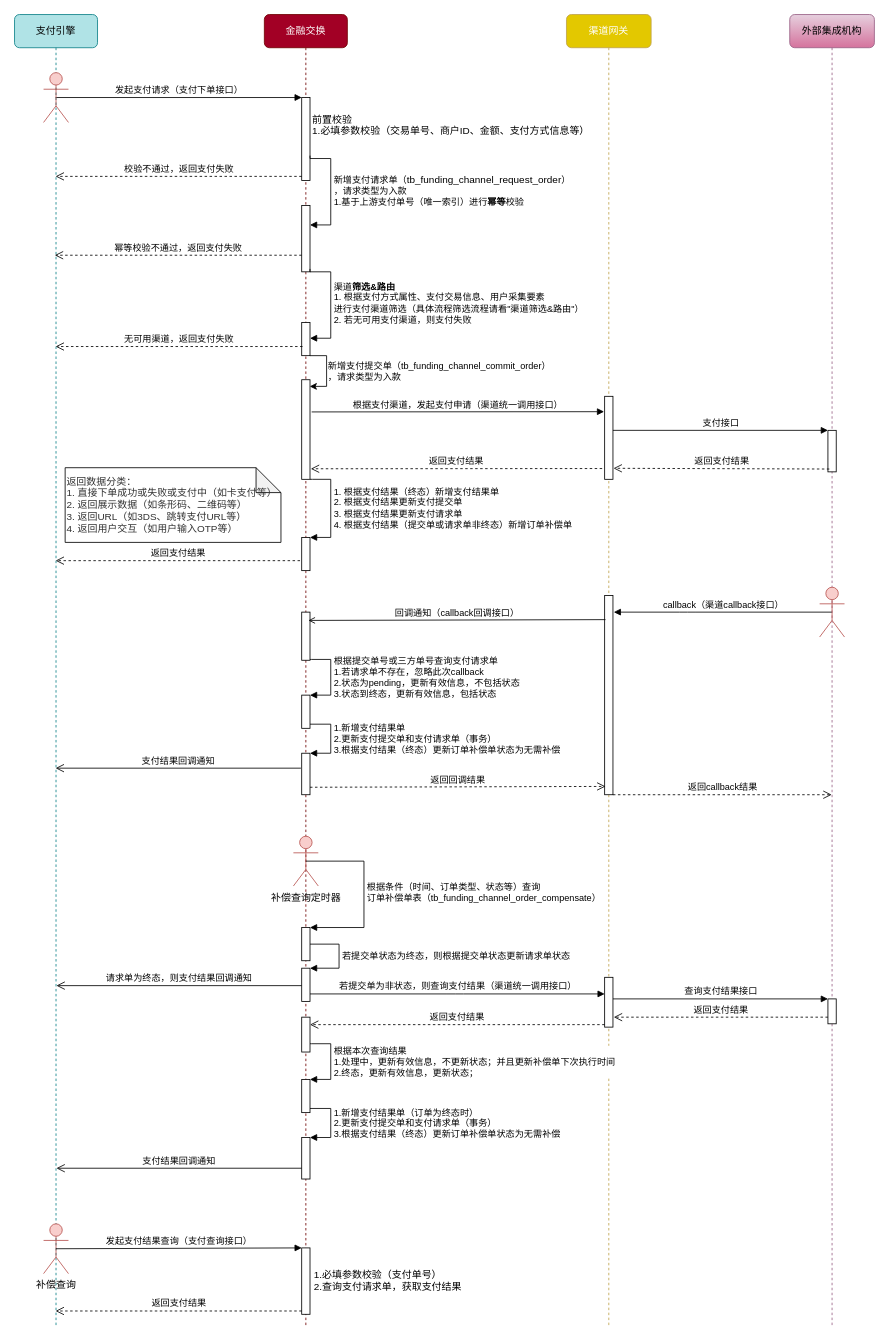
This is page "普通支付流程" (1 of 3) of 渠道时序图v2.drawio from CatFei666/drawio_gallery, a draw.io file, before an edit. Source tidied: cells renumbered, new cells numbered last; positions are measured from the earlier drawing's top-left corner, leaving out a move shared by most shapes. Both pictures are drawn from the tidied source at 83%, with x=0, y=0 at pixel (14, 14).
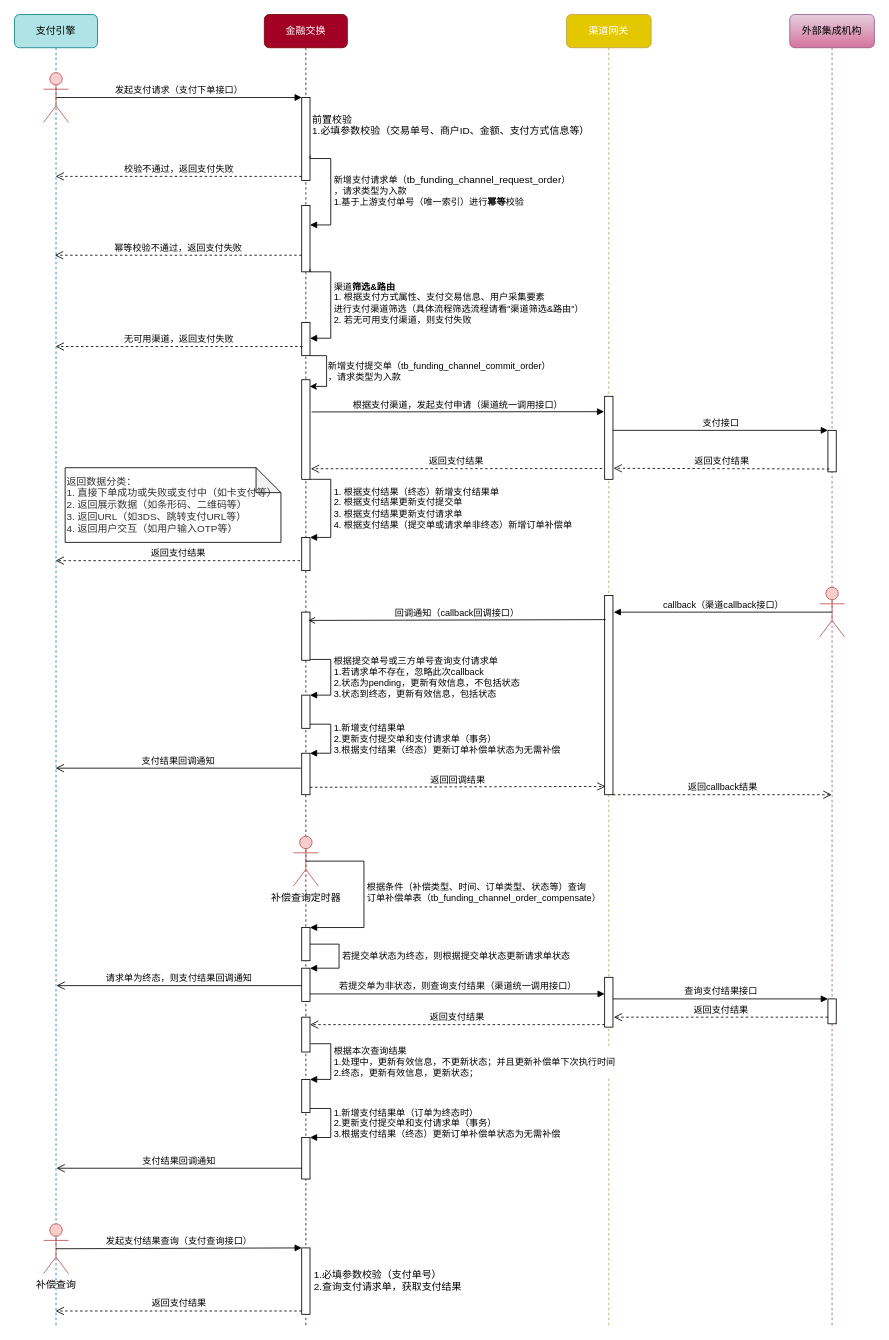
Above is the later version.

The change refers to these unchanged cells:
```xml
<mxCell id="2" value="金融交换" style="shape=umlLifeline;perimeter=lifelinePerimeter;whiteSpace=wrap;html=1;rounded=1;shadow=0;glass=0;comic=0;sketch=0;strokeWidth=1;fontFamily=Verdana;fillColor=#a20025;strokeColor=#6F0000;fontColor=#ffffff;" parent="1" vertex="1">
  <mxGeometry x="301" width="100" height="1580" as="geometry" />
</mxCell>
<mxCell id="14" value="补偿查询定时器" style="shape=umlActor;verticalLabelPosition=bottom;verticalAlign=top;html=1;strokeWidth=1;fillColor=#f8cecc;strokeColor=#b85450;" parent="2" vertex="1">
  <mxGeometry x="35" y="990" width="30" height="60" as="geometry" />
</mxCell>
<mxCell id="17" style="html=1;points=[];perimeter=orthogonalPerimeter;" parent="2" vertex="1">
  <mxGeometry x="45" y="1100" width="10" height="40" as="geometry" />
</mxCell>
```

Change to the diagram source:
```diff
@@
-    <mxCell id="18" value="根据条件（时间、订单类型、状态等）查询&lt;br&gt;订单补偿单表（tb_funding_channel_order_compensate）" style="edgeStyle=orthogonalEdgeStyle;html=1;align=left;spacingLeft=2;endArrow=block;rounded=0;entryX=1;entryY=0;exitX=0.5;exitY=0.5;exitDx=0;exitDy=0;exitPerimeter=0;" parent="2" edge="1" source="14" target="17">
+    <mxCell id="18" value="根据条件（补偿类型、时间、订单类型、状态等）查询&lt;br&gt;订单补偿单表（tb_funding_channel_order_compensate）" style="edgeStyle=orthogonalEdgeStyle;html=1;align=left;spacingLeft=2;endArrow=block;rounded=0;entryX=1;entryY=0;exitX=0.5;exitY=0.5;exitDx=0;exitDy=0;exitPerimeter=0;" parent="2" edge="1" source="14" target="17">
       <mxGeometry relative="1" as="geometry">
         <Array as="points">
           <mxPoint x="120" y="1020" />
           <mxPoint x="120" y="1100" />
         </Array>
       </mxGeometry>
     </mxCell>
```
